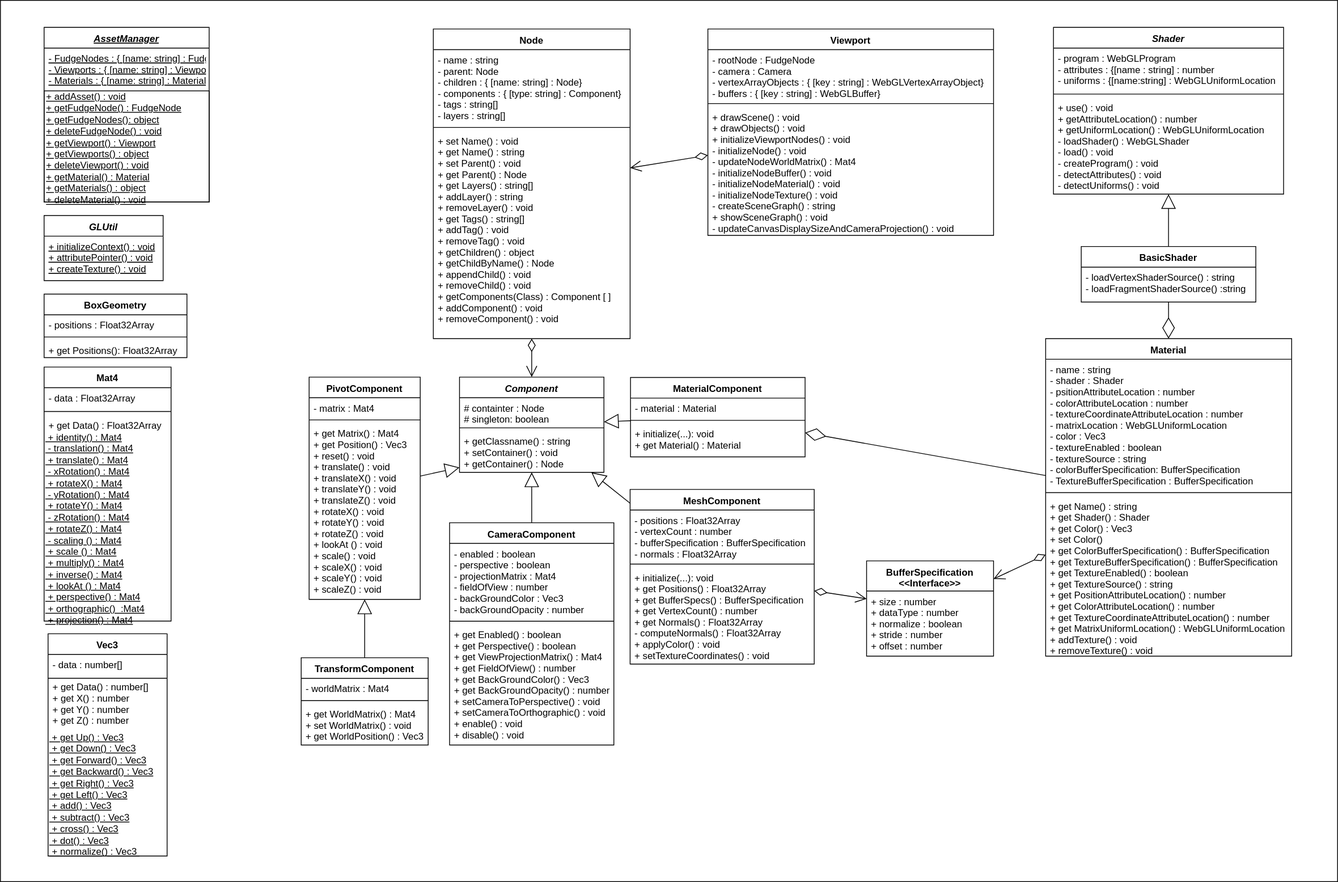
This is Design/CoreClassDiagramm.svg from JirkaDellOro/FUDGE, a draw.io export, as it was before one commit. Source tidied: cells renumbered, new cells last; positions are measured from the earlier drawing's top-left corner, leaving out a move shared by most shapes.
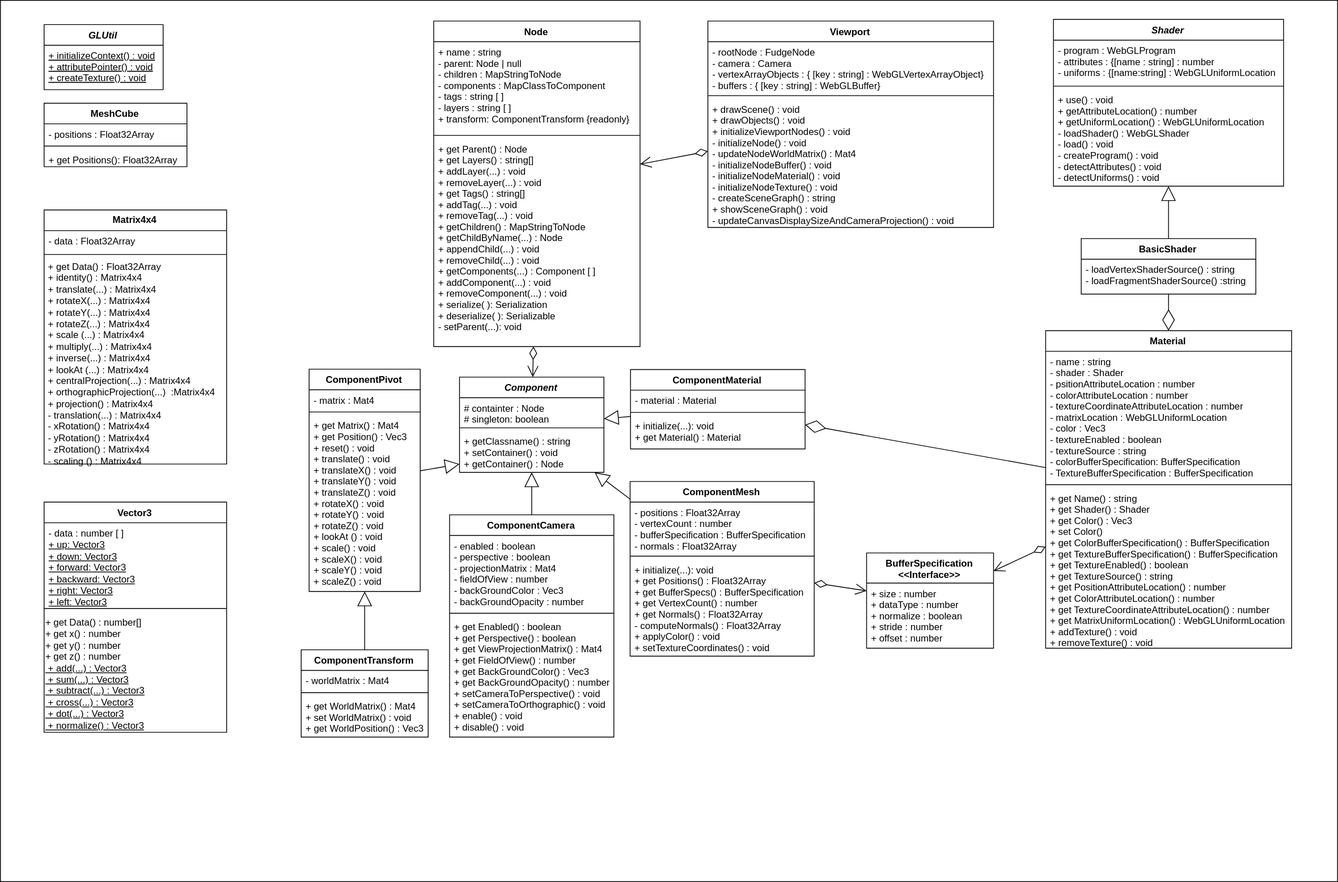
After the commit.

Commit message:
wip: refactoring diagram

What changed in the source:
```diff
@@ -3,22 +3,22 @@
     <mxCell id="0" />
     <mxCell id="1" parent="0" />
     <mxCell id="2" style="rounded=0;whiteSpace=wrap;html=1;" parent="1" vertex="1">
-      <mxGeometry width="1685" height="1110" as="geometry" />
+      <mxGeometry y="10" width="1685" height="1110" as="geometry" />
     </mxCell>
     <mxCell id="3" value="Node" style="swimlane;fontStyle=1;align=center;verticalAlign=top;horizontal=1;startSize=26;" parent="1" vertex="1">
-      <mxGeometry x="545.5" y="36" width="248" height="390" as="geometry" />
+      <mxGeometry x="546" y="36" width="260" height="410" as="geometry" />
     </mxCell>
-    <mxCell id="4" value="- name : string&#10;- parent: Node&#10;- children : { [name: string] : Node}&#10;- components : { [type: string] : Component} &#10;- tags : string[]&#10;- layers : string[]" style="text;strokeColor=none;fillColor=none;align=left;verticalAlign=top;spacingLeft=4;spacingRight=4;overflow=hidden;" parent="3" vertex="1">
-      <mxGeometry y="26" width="248" height="94" as="geometry" />
+    <mxCell id="4" value="+ name : string&#10;- parent: Node | null&#10;- children : MapStringToNode&#10;- components : MapClassToComponent&#10;- tags : string [ ]&#10;- layers : string [ ]&#10;+ transform: ComponentTransform {readonly}&#10;" style="text;strokeColor=none;fillColor=none;align=left;verticalAlign=top;spacingLeft=4;spacingRight=4;overflow=hidden;" parent="3" vertex="1">
+      <mxGeometry y="26" width="260" height="114" as="geometry" />
     </mxCell>
     <mxCell id="5" style="line;strokeWidth=1;fillColor=none;align=left;verticalAlign=middle;spacingTop=-1;spacingLeft=3;spacingRight=3;labelPosition=right;" parent="3" vertex="1">
-      <mxGeometry y="120" width="248" height="8" as="geometry" />
+      <mxGeometry y="140" width="260" height="8" as="geometry" />
     </mxCell>
-    <mxCell id="6" value="+ set Name() : void&#10;+ get Name() : string&#10;+ set Parent() : void&#10;+ get Parent() : Node&#10;+ get Layers() : string[]&#10;+ addLayer() : string&#10;+ removeLayer() : void&#10;+ get Tags() : string[]&#10;+ addTag() : void&#10;+ removeTag() : void&#10;+ getChildren() : object&#10;+ getChildByName() : Node&#10;+ appendChild() : void&#10;+ removeChild() : void&#10;+ getComponents(Class) : Component [ ]&#10;+ addComponent() : void&#10;+ removeComponent() : void&#10;&#10;" style="text;strokeColor=none;fillColor=none;align=left;verticalAlign=top;spacingLeft=4;spacingRight=4;overflow=hidden;" parent="3" vertex="1">
-      <mxGeometry y="128" width="248" height="262" as="geometry" />
+    <mxCell id="6" value="+ get Parent() : Node&#10;+ get Layers() : string[]&#10;+ addLayer(...) : void&#10;+ removeLayer(...) : void&#10;+ get Tags() : string[]&#10;+ addTag(...) : void&#10;+ removeTag(...) : void&#10;+ getChildren() : MapStringToNode&#10;+ getChildByName(...) : Node&#10;+ appendChild(...) : void&#10;+ removeChild(...) : void&#10;+ getComponents(...) : Component [ ]&#10;+ addComponent(...) : void&#10;+ removeComponent(...) : void&#10;+ serialize( ): Serialization&#10;+ deserialize( ): Serializable&#10;- setParent(...): void&#10;&#10;" style="text;strokeColor=none;fillColor=none;align=left;verticalAlign=top;spacingLeft=4;spacingRight=4;overflow=hidden;" parent="3" vertex="1">
+      <mxGeometry y="148" width="260" height="262" as="geometry" />
     </mxCell>
     <mxCell id="7" value="Component" style="swimlane;fontStyle=3;align=center;verticalAlign=top;horizontal=1;startSize=26;" parent="1" vertex="1">
-      <mxGeometry x="578.5" y="474.5" width="182" height="120" as="geometry" />
+      <mxGeometry x="578.5" y="484.5" width="182" height="120" as="geometry" />
     </mxCell>
     <mxCell id="8" value="# containter : Node&#10;# singleton: boolean" style="text;strokeColor=none;fillColor=none;align=left;verticalAlign=top;spacingLeft=4;spacingRight=4;overflow=hidden;" parent="7" vertex="1">
       <mxGeometry y="26" width="182" height="34" as="geometry" />
@@ -50,7 +50,7 @@
     <mxCell id="17" value="+ get Name() : string&#10;+ get Shader() : Shader&#10;+ get Color() : Vec3&#10;+ set Color()&#10;+ get ColorBufferSpecification() : BufferSpecification&#10;+ get TextureBufferSpecification() : BufferSpecification&#10;+ get TextureEnabled() : boolean&#10;+ get TextureSource() : string&#10;+ get PositionAttributeLocation() : number&#10;+ get ColorAttributeLocation() : number&#10;+ get TextureCoordinateAttributeLocation() : number&#10;+ get MatrixUniformLocation() : WebGLUniformLocation&#10;+ addTexture() : void&#10;+ removeTexture() : void&#10;" style="text;strokeColor=none;fillColor=none;align=left;verticalAlign=top;spacingLeft=4;spacingRight=4;overflow=hidden;" parent="14" vertex="1">
       <mxGeometry y="198" width="310" height="202" as="geometry" />
     </mxCell>
-    <mxCell id="18" value="CameraComponent" style="swimlane;fontStyle=1;align=center;verticalAlign=top;horizontal=1;startSize=26;" parent="1" vertex="1">
+    <mxCell id="18" value="ComponentCamera" style="swimlane;fontStyle=1;align=center;verticalAlign=top;horizontal=1;startSize=26;" parent="1" vertex="1">
       <mxGeometry x="566" y="658" width="207" height="280" as="geometry" />
     </mxCell>
     <mxCell id="19" value="- enabled : boolean&#10;- perspective : boolean&#10;- projectionMatrix : Mat4&#10;- fieldOfView : number&#10;- backGroundColor : Vec3&#10;- backGroundOpacity : number&#10;" style="text;strokeColor=none;fillColor=none;align=left;verticalAlign=top;spacingLeft=4;spacingRight=4;overflow=hidden;" parent="18" vertex="1">
@@ -65,7 +65,7 @@
     <mxCell id="22" style="endArrow=block;endSize=16;endFill=0;html=1;" parent="1" edge="1" source="18" target="7">
       <mxGeometry relative="1" as="geometry" />
     </mxCell>
-    <mxCell id="23" value="MaterialComponent&#10;" style="swimlane;fontStyle=1;align=center;verticalAlign=top;horizontal=1;startSize=26;" parent="1" vertex="1">
+    <mxCell id="23" value="ComponentMaterial&#10;" style="swimlane;fontStyle=1;align=center;verticalAlign=top;horizontal=1;startSize=26;" parent="1" vertex="1">
       <mxGeometry x="794" y="475" width="220" height="100" as="geometry" />
     </mxCell>
     <mxCell id="24" value="- material : Material&#10;" style="text;strokeColor=none;fillColor=none;align=left;verticalAlign=top;spacingLeft=4;spacingRight=4;overflow=hidden;" parent="23" vertex="1">
@@ -113,7 +113,7 @@
     <mxCell id="38" style="endArrow=diamondThin;endFill=0;endSize=24;html=1;fontColor=#000000;" parent="1" edge="1" source="64" target="14">
       <mxGeometry relative="1" as="geometry" />
     </mxCell>
-    <mxCell id="39" value="PivotComponent&#10;" style="swimlane;fontStyle=1;align=center;verticalAlign=top;horizontal=1;startSize=26;" parent="1" vertex="1">
+    <mxCell id="39" value="ComponentPivot&#10;" style="swimlane;fontStyle=1;align=center;verticalAlign=top;horizontal=1;startSize=26;" parent="1" vertex="1">
       <mxGeometry x="389" y="474.5" width="140" height="280" as="geometry" />
     </mxCell>
     <mxCell id="40" value="- matrix : Mat4" style="text;strokeColor=none;fillColor=none;align=left;verticalAlign=top;spacingLeft=4;spacingRight=4;overflow=hidden;" parent="39" vertex="1">
@@ -132,7 +132,7 @@
       <mxGeometry y="38" width="160" height="82" as="geometry" />
     </mxCell>
     <mxCell id="45" value="GLUtil" style="swimlane;fontStyle=3;align=center;verticalAlign=top;horizontal=1;startSize=26;" parent="1" vertex="1">
-      <mxGeometry x="55" y="271" width="150" height="82" as="geometry" />
+      <mxGeometry x="55" y="40.5" width="150" height="82" as="geometry" />
     </mxCell>
     <mxCell id="46" value="+ initializeContext() : void&#10;+ attributePointer() : void&#10;+ createTexture() : void&#10;" style="text;strokeColor=none;fillColor=none;align=left;verticalAlign=top;spacingLeft=4;spacingRight=4;overflow=hidden;fontStyle=4;" parent="45" vertex="1">
       <mxGeometry y="26" width="150" height="56" as="geometry" />
@@ -143,37 +143,31 @@
     <mxCell id="48" style="endArrow=open;html=1;endSize=12;startArrow=diamondThin;startSize=14;startFill=0;align=left;verticalAlign=bottom;fontColor=#000000;" parent="1" edge="1" source="14" target="43">
       <mxGeometry x="-1" y="3" relative="1" as="geometry" />
     </mxCell>
-    <mxCell id="49" value="Mat4" style="swimlane;fontStyle=1;align=center;verticalAlign=middle;horizontal=1;startSize=26;" parent="1" vertex="1">
-      <mxGeometry x="55" y="461.9" width="160" height="320" as="geometry" />
+    <mxCell id="49" value="Matrix4x4" style="swimlane;fontStyle=1;align=center;verticalAlign=middle;horizontal=1;startSize=26;" parent="1" vertex="1">
+      <mxGeometry x="55" y="274" width="230" height="320" as="geometry" />
     </mxCell>
     <mxCell id="50" value="- data : Float32Array" style="text;strokeColor=none;fillColor=none;align=left;verticalAlign=top;spacingLeft=4;spacingRight=4;overflow=hidden;" parent="49" vertex="1">
-      <mxGeometry y="26" width="160" height="26" as="geometry" />
+      <mxGeometry y="26" width="230" height="26" as="geometry" />
     </mxCell>
     <mxCell id="51" style="line;strokeWidth=1;fillColor=none;align=left;verticalAlign=middle;spacingTop=-1;spacingLeft=3;spacingRight=3;labelPosition=right;" parent="49" vertex="1">
-      <mxGeometry y="52" width="160" height="8" as="geometry" />
+      <mxGeometry y="52" width="230" height="8" as="geometry" />
     </mxCell>
-    <mxCell id="52" value="+ get Data() : Float32Array&#10;" style="text;strokeColor=none;fillColor=none;align=left;verticalAlign=top;spacingLeft=4;spacingRight=4;overflow=hidden;" parent="49" vertex="1">
-      <mxGeometry y="60" width="160" height="20" as="geometry" />
-    </mxCell>
-    <mxCell id="53" value="&lt;div style=&quot;text-align: left&quot;&gt;&lt;u&gt;&lt;span&gt;&amp;nbsp;+ identity() : Mat4&lt;/span&gt;&lt;br&gt;&lt;span&gt;&amp;nbsp;- translation() : Mat4&lt;/span&gt;&lt;br&gt;&lt;span&gt;&amp;nbsp;+ translate() : Mat4&lt;/span&gt;&lt;br&gt;&lt;span&gt;&amp;nbsp;- xRotation() : Mat4&lt;/span&gt;&lt;br&gt;&lt;span&gt;&amp;nbsp;+ rotateX() : Mat4&lt;/span&gt;&lt;br&gt;&lt;span&gt;&amp;nbsp;- yRotation() : Mat4&lt;/span&gt;&lt;br&gt;&lt;span&gt;&amp;nbsp;+ rotateY() : Mat4&lt;/span&gt;&lt;br&gt;&lt;span&gt;&amp;nbsp;- zRotation() : Mat4&lt;/span&gt;&lt;br&gt;&lt;span&gt;&amp;nbsp;+ rotateZ() : Mat4&lt;/span&gt;&lt;br&gt;&lt;span&gt;&amp;nbsp;- scaling () : Mat4&lt;/span&gt;&lt;br&gt;&lt;span&gt;&amp;nbsp;+ scale () : Mat4&lt;/span&gt;&lt;br&gt;&lt;span&gt;&amp;nbsp;+ multiply() : Mat4&lt;/span&gt;&lt;br&gt;&lt;span&gt;&amp;nbsp;+ inverse() : Mat4&lt;/span&gt;&lt;br&gt;&lt;span&gt;&amp;nbsp;+ lookAt () : Mat4&lt;/span&gt;&lt;br&gt;&lt;span&gt;&amp;nbsp;+ perspective() : Mat4&lt;/span&gt;&lt;br&gt;&lt;span&gt;&amp;nbsp;+ orthographic()&amp;nbsp; :Mat4&lt;/span&gt;&lt;br&gt;&lt;span&gt;&amp;nbsp;+ projection() : Mat4&lt;/span&gt;&lt;/u&gt;&lt;br&gt;&lt;/div&gt;" style="rounded=0;whiteSpace=wrap;html=1;strokeColor=none;fillColor=none;align=left;verticalAlign=middle;" parent="49" vertex="1">
-      <mxGeometry y="80" width="160" height="240" as="geometry" />
+    <mxCell id="53" value="&lt;div style=&quot;text-align: left&quot;&gt;&lt;span&gt;&amp;nbsp;+ get Data() : Float32Array&lt;/span&gt;&lt;div&gt;&amp;nbsp;+ identity() : Matrix4x4&lt;/div&gt;&lt;div&gt;&amp;nbsp;+ translate(...) : Matrix4x4&lt;/div&gt;&lt;div&gt;&amp;nbsp;+ rotateX(...) : Matrix4x4&lt;/div&gt;&lt;div&gt;&amp;nbsp;+ rotateY(...) : Matrix4x4&lt;/div&gt;&lt;div&gt;&amp;nbsp;+ rotateZ(...) : Matrix4x4&lt;/div&gt;&lt;div&gt;&amp;nbsp;+ scale (...) : Matrix4x4&lt;/div&gt;&lt;div&gt;&amp;nbsp;+ multiply(...) : Matrix4x4&lt;/div&gt;&lt;div&gt;&amp;nbsp;+ inverse(...) : Matrix4x4&lt;/div&gt;&lt;div&gt;&amp;nbsp;+ lookAt (...) : Matrix4x4&lt;/div&gt;&lt;div&gt;&amp;nbsp;+ centralProjection(...) : Matrix4x4&lt;/div&gt;&lt;div&gt;&amp;nbsp;+ orthographicProjection(...)&amp;nbsp; :Matrix4x4&lt;/div&gt;&lt;div&gt;&amp;nbsp;+ projection() : Matrix4x4&lt;/div&gt;&lt;div&gt;&amp;nbsp;- translation(...) : Matrix4x4&lt;/div&gt;&lt;div&gt;&amp;nbsp;- xRotation() : Matrix4x4&lt;/div&gt;&lt;div&gt;&amp;nbsp;- yRotation() : Matrix4x4&lt;/div&gt;&lt;div&gt;&amp;nbsp;- zRotation() : Matrix4x4&lt;/div&gt;&lt;div&gt;&amp;nbsp;- scaling () : Matrix4x4&lt;/div&gt;&lt;/div&gt;" style="rounded=0;whiteSpace=wrap;html=1;strokeColor=none;fillColor=none;align=left;verticalAlign=middle;" parent="49" vertex="1">
+      <mxGeometry y="60" width="230" height="260" as="geometry" />
     </mxCell>
-    <mxCell id="54" value="Vec3" style="swimlane;fontStyle=1;align=center;verticalAlign=top;horizontal=1;startSize=26;" parent="1" vertex="1">
-      <mxGeometry x="60" y="797.9" width="150" height="280" as="geometry" />
+    <mxCell id="54" value="Vector3" style="swimlane;fontStyle=1;align=center;verticalAlign=top;horizontal=1;startSize=26;" parent="1" vertex="1">
+      <mxGeometry x="55" y="642" width="230" height="290" as="geometry" />
     </mxCell>
-    <mxCell id="55" value="- data : number[]" style="text;strokeColor=none;fillColor=none;align=left;verticalAlign=top;spacingLeft=4;spacingRight=4;overflow=hidden;" parent="54" vertex="1">
-      <mxGeometry y="26" width="150" height="26" as="geometry" />
+    <mxCell id="55" value="- data : number [ ]&lt;br&gt;&lt;u&gt;+ up: Vector3&lt;br&gt;&lt;/u&gt;&lt;u&gt;+ down: Vector3&lt;br&gt;&lt;/u&gt;&lt;u&gt;+ forward: Vector3&lt;br&gt;&lt;/u&gt;&lt;u&gt;+ backward: Vector3&lt;/u&gt;&lt;br&gt;&lt;u&gt;+ right: Vector3&lt;/u&gt;&lt;br&gt;&lt;u&gt;+ left: Vector3&lt;/u&gt;&lt;br&gt;&lt;br&gt;" style="text;strokeColor=none;fillColor=none;align=left;verticalAlign=top;spacingLeft=4;spacingRight=4;overflow=hidden;fontStyle=0;html=1;" parent="54" vertex="1">
+      <mxGeometry y="26" width="230" height="104" as="geometry" />
     </mxCell>
     <mxCell id="56" style="line;strokeWidth=1;fillColor=none;align=left;verticalAlign=middle;spacingTop=-1;spacingLeft=3;spacingRight=3;labelPosition=right;" parent="54" vertex="1">
-      <mxGeometry y="52" width="150" height="8" as="geometry" />
+      <mxGeometry y="130" width="230" height="8" as="geometry" />
     </mxCell>
-    <mxCell id="57" value="+ get Data() : number[]&#10;+ get X() : number&#10;+ get Y() : number&#10;+ get Z() : number&#10;&#10;" style="text;strokeColor=none;fillColor=none;align=left;verticalAlign=middle;spacingLeft=4;spacingRight=4;overflow=hidden;" parent="54" vertex="1">
-      <mxGeometry y="60" width="150" height="60" as="geometry" />
-    </mxCell>
-    <mxCell id="58" value="&lt;u&gt;&amp;nbsp;+ get Up() : Vec3&lt;br&gt;&amp;nbsp;+ get Down() : Vec3&lt;br&gt;&amp;nbsp;+ get Forward() : Vec3&lt;br&gt;&amp;nbsp;+ get Backward() : Vec3&lt;br&gt;&amp;nbsp;+ get Right() : Vec3&lt;br&gt;&amp;nbsp;+ get Left() : Vec3&lt;br&gt;&amp;nbsp;+ add() : Vec3&lt;br&gt;&amp;nbsp;+ subtract() : Vec3&lt;br&gt;&amp;nbsp;+ cross() : Vec3&lt;br&gt;&amp;nbsp;+ dot() : Vec3&lt;br&gt;&amp;nbsp;+ normalize() : Vec3&amp;nbsp;&lt;/u&gt;" style="rounded=0;whiteSpace=wrap;html=1;fillColor=none;align=left;strokeColor=none;verticalAlign=middle;horizontal=1;" parent="54" vertex="1">
-      <mxGeometry y="120" width="150" height="160" as="geometry" />
+    <mxCell id="58" value="&lt;span&gt;+ get Data() : number[]&lt;/span&gt;&lt;br&gt;&lt;span&gt;+ get x() : number&lt;/span&gt;&lt;br&gt;&lt;span&gt;+ get y() : number&lt;/span&gt;&lt;br&gt;&lt;span&gt;+ get z() : number&lt;/span&gt;&lt;div&gt;&lt;/div&gt;&lt;u&gt;&amp;nbsp;+ add(...) : Vector3&lt;br&gt;&lt;/u&gt;&lt;u&gt;&amp;nbsp;+ sum(...) : Vector3&lt;br&gt;&lt;/u&gt;&lt;u&gt;&amp;nbsp;+ subtract(...) :&amp;nbsp;&lt;/u&gt;&lt;u&gt;Vector3&lt;/u&gt;&lt;u&gt;&lt;br&gt;&amp;nbsp;+ cross(...) :&amp;nbsp;&lt;/u&gt;&lt;u&gt;Vector3&lt;/u&gt;&lt;u&gt;&lt;br&gt;&amp;nbsp;+ dot(...) :&amp;nbsp;&lt;/u&gt;&lt;u&gt;Vector3&lt;/u&gt;&lt;u&gt;&lt;br&gt;&amp;nbsp;+ normalize() :&amp;nbsp;&lt;/u&gt;&lt;u&gt;Vector3&lt;/u&gt;" style="rounded=0;whiteSpace=wrap;html=1;fillColor=none;align=left;strokeColor=none;verticalAlign=middle;horizontal=1;" parent="54" vertex="1">
+      <mxGeometry y="138" width="230" height="152" as="geometry" />
     </mxCell>
-    <mxCell id="59" value="TransformComponent&#10;" style="swimlane;fontStyle=1;align=center;verticalAlign=top;horizontal=1;startSize=26;" parent="1" vertex="1">
+    <mxCell id="59" value="ComponentTransform&#10;" style="swimlane;fontStyle=1;align=center;verticalAlign=top;horizontal=1;startSize=26;" parent="1" vertex="1">
       <mxGeometry x="379" y="828" width="160" height="110" as="geometry" />
     </mxCell>
     <mxCell id="60" value="- worldMatrix : Mat4" style="text;strokeColor=none;fillColor=none;align=left;verticalAlign=top;spacingLeft=4;spacingRight=4;overflow=hidden;" parent="59" vertex="1">
@@ -197,16 +191,7 @@
     <mxCell id="66" style="endArrow=block;endSize=16;endFill=0;html=1;" parent="1" edge="1" source="64" target="34">
       <mxGeometry relative="1" as="geometry" />
     </mxCell>
-    <mxCell id="67" value="AssetManager" style="swimlane;fontStyle=7;align=center;verticalAlign=top;horizontal=1;startSize=26;" parent="1" vertex="1">
-      <mxGeometry x="55" y="34" width="208" height="220" as="geometry" />
-    </mxCell>
-    <mxCell id="68" value="- FudgeNodes : { [name: string] : FudgeNode} &#10;- Viewports : { [name: string] : Viewport} &#10;- Materials : { [name: string] : Material} &#10;" style="text;strokeColor=none;fillColor=none;align=left;verticalAlign=top;spacingLeft=4;spacingRight=4;overflow=hidden;fontStyle=4;" parent="67" vertex="1">
-      <mxGeometry y="26" width="208" height="54" as="geometry" />
-    </mxCell>
-    <mxCell id="69" value="&lt;u&gt;+ addAsset() : void&lt;br&gt;+ getFudgeNode() : FudgeNode&lt;br&gt;+ getFudgeNodes(): object&lt;br&gt;+ deleteFudgeNode() : void&lt;br&gt;+ getViewport() : Viewport&lt;br&gt;+ getViewports() : object&lt;br&gt;+ deleteViewport() : void&lt;br&gt;+ getMaterial() : Material&lt;br&gt;+ getMaterials() : object&lt;br&gt;+ deleteMaterial() : void&lt;br&gt;&lt;/u&gt;" style="rounded=0;whiteSpace=wrap;html=1;fillColor=none;align=left;strokeColor=#000000;verticalAlign=middle;horizontal=1;" parent="67" vertex="1">
-      <mxGeometry y="80" width="208" height="140" as="geometry" />
-    </mxCell>
-    <mxCell id="70" value="MeshComponent&#10;&#10;" style="swimlane;fontStyle=1;align=center;verticalAlign=top;horizontal=1;startSize=26;" parent="1" vertex="1">
+    <mxCell id="70" value="ComponentMesh&#10;&#10;" style="swimlane;fontStyle=1;align=center;verticalAlign=top;horizontal=1;startSize=26;" parent="1" vertex="1">
       <mxGeometry x="793.5" y="616" width="232" height="220" as="geometry" />
     </mxCell>
     <mxCell id="71" value="- positions : Float32Array&#10;- vertexCount : number&#10;- bufferSpecification : BufferSpecification&#10;- normals : Float32Array" style="text;strokeColor=none;fillColor=none;align=left;verticalAlign=top;spacingLeft=4;spacingRight=4;overflow=hidden;" parent="70" vertex="1">
@@ -218,8 +203,8 @@
     <mxCell id="73" value="+ initialize(...): void&#10;+ get Positions() : Float32Array&#10;+ get BufferSpecs() : BufferSpecification&#10;+ get VertexCount() : number&#10;+ get Normals() : Float32Array&#10;- computeNormals() : Float32Array&#10;+ applyColor() : void&#10;+ setTextureCoordinates() : void&#10;" style="text;strokeColor=none;fillColor=none;align=left;verticalAlign=top;spacingLeft=4;spacingRight=4;overflow=hidden;" parent="70" vertex="1">
       <mxGeometry y="98" width="232" height="122" as="geometry" />
     </mxCell>
-    <mxCell id="74" value="BoxGeometry&#10;" style="swimlane;fontStyle=1;align=center;verticalAlign=top;horizontal=1;startSize=26;" parent="1" vertex="1">
-      <mxGeometry x="55" y="370" width="180" height="80" as="geometry" />
+    <mxCell id="74" value="MeshCube&#10;" style="swimlane;fontStyle=1;align=center;verticalAlign=top;horizontal=1;startSize=26;" parent="1" vertex="1">
+      <mxGeometry x="55" y="139.5" width="180" height="80" as="geometry" />
     </mxCell>
     <mxCell id="75" value="- positions : Float32Array&#10;" style="text;strokeColor=none;fillColor=none;align=left;verticalAlign=top;spacingLeft=4;spacingRight=4;overflow=hidden;" parent="74" vertex="1">
       <mxGeometry y="26" width="180" height="24" as="geometry" />
```
